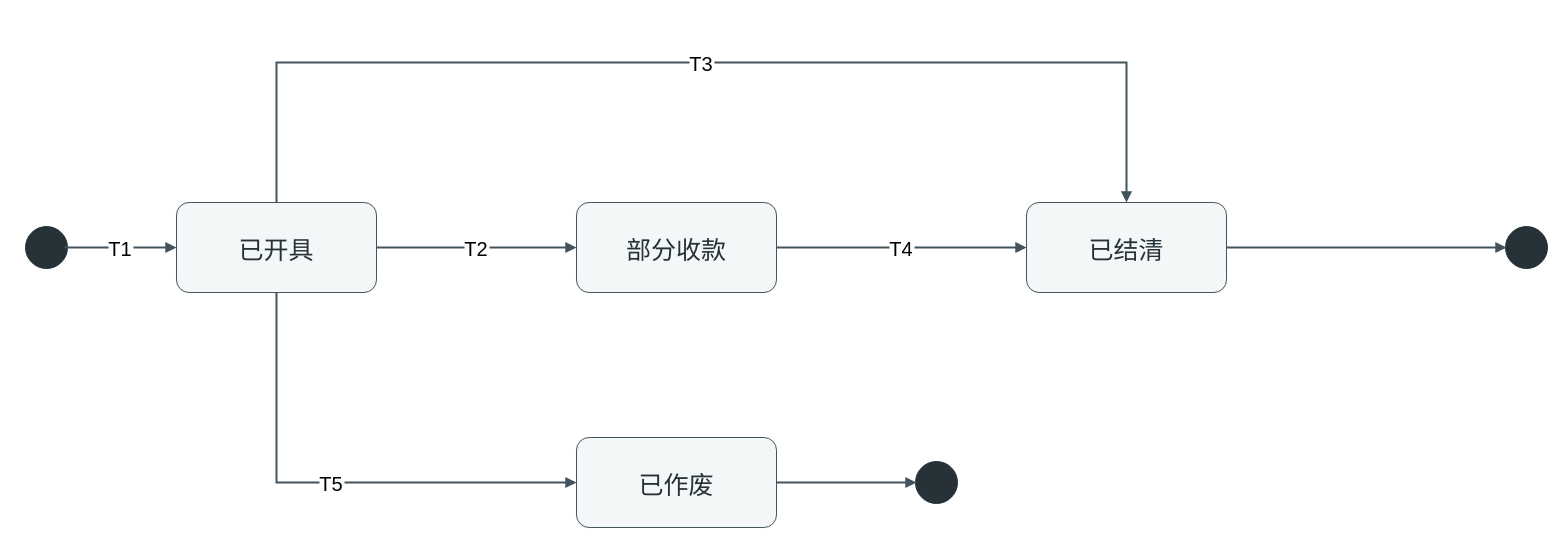
The draw.io diagram assets/uml/16_状态机_发票.drawio in zongdajiang/adc-nexus-system-analysis-design, before the edit. Source tidied: cells renumbered, new cells numbered last; positions are measured from the earlier drawing's top-left corner, leaving out a move shared by most shapes. Both pictures are drawn from the tidied source at 100%, with x=0, y=0 at pixel (25, 62).
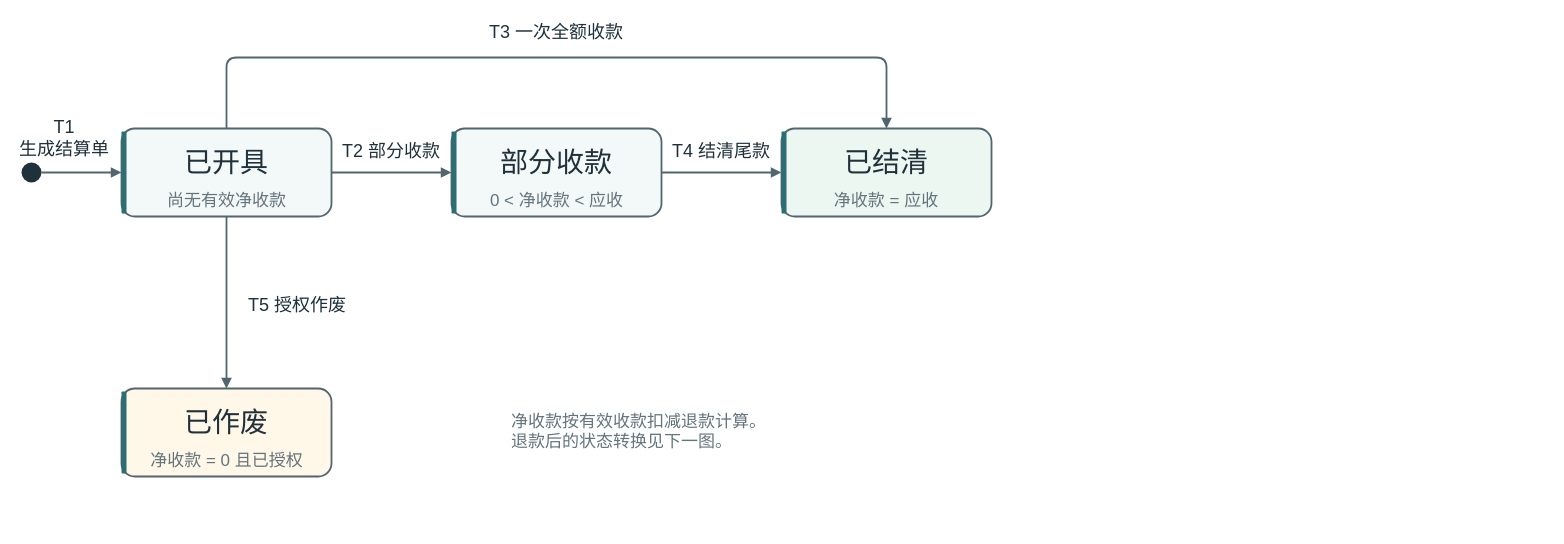
The same page after the edit.

Change to the diagram source:
```diff
@@
-    <mxCell id="2" style="ellipse;fillColor=#263238;strokeColor=#263238;" parent="1" vertex="1">
-      <mxGeometry y="164" width="42" height="42" as="geometry" />
-    </mxCell>
+    <mxCell id="16" style="html=0;ellipse;fillColor=#20313B;strokeColor=none;strokeWidth=1.8;" parent="1" vertex="1">
+      <mxGeometry x="-4" y="100" width="20" height="20" as="geometry" />
+    </mxCell>
+    <mxCell id="17" style="html=0;rounded=1;fillColor=#F3F8F8;strokeColor=#53656F;strokeWidth=1.8;" parent="1" vertex="1">
+      <mxGeometry x="96" y="66" width="210" height="88" as="geometry" />
+    </mxCell>
+    <mxCell id="18" style="html=0;rounded=1;fillColor=#2D6E73;strokeColor=none;strokeWidth=1.8;" parent="1" vertex="1">
+      <mxGeometry x="96" y="69" width="5" height="82" as="geometry" />
+    </mxCell>
-    <mxCell id="3" value="已开具" style="rounded=1;arcSize=14;fillColor=#F3F7F8;strokeColor=#43545D;fontColor=#263238;fontFamily=Microsoft YaHei;fontSize=25;" parent="1" vertex="1">
-      <mxGeometry x="151" y="140" width="200" height="90" as="geometry" />
+    <mxCell id="3" value="已开具" style="html=0;text;strokeColor=none;fillColor=none;align=center;verticalAlign=top;spacing=0;fontFamily=Microsoft YaHei;fontSize=28;fontColor=#20313B;fontStyle=0;whiteSpace=wrap;" parent="1" vertex="1">
+      <mxGeometry x="157" y="79" width="88" height="38" as="geometry" />
     </mxCell>
+    <mxCell id="19" value="尚无有效净收款" style="html=0;text;strokeColor=none;fillColor=none;align=center;verticalAlign=top;spacing=0;fontFamily=Microsoft YaHei;fontSize=17;fontColor=#64747C;fontStyle=0;whiteSpace=wrap;" parent="1" vertex="1">
+      <mxGeometry x="139.5" y="124" width="123" height="24.2" as="geometry" />
+    </mxCell>
+    <mxCell id="20" style="html=0;rounded=1;fillColor=#F3F8F8;strokeColor=#53656F;strokeWidth=1.8;" parent="1" vertex="1">
+      <mxGeometry x="426" y="66" width="210" height="88" as="geometry" />
+    </mxCell>
+    <mxCell id="21" style="html=0;rounded=1;fillColor=#2D6E73;strokeColor=none;strokeWidth=1.8;" parent="1" vertex="1">
+      <mxGeometry x="426" y="69" width="5" height="82" as="geometry" />
+    </mxCell>
-    <mxCell id="4" value="部分收款" style="rounded=1;arcSize=14;fillColor=#F3F7F8;strokeColor=#43545D;fontColor=#263238;fontFamily=Microsoft YaHei;fontSize=25;" parent="1" vertex="1">
-      <mxGeometry x="551" y="140" width="200" height="90" as="geometry" />
+    <mxCell id="4" value="部分收款" style="html=0;text;strokeColor=none;fillColor=none;align=center;verticalAlign=top;spacing=0;fontFamily=Microsoft YaHei;fontSize=28;fontColor=#20313B;fontStyle=0;whiteSpace=wrap;" parent="1" vertex="1">
+      <mxGeometry x="473" y="79" width="116" height="38" as="geometry" />
     </mxCell>
+    <mxCell id="22" value="0 &lt; 净收款 &lt; 应收" style="html=0;text;strokeColor=none;fillColor=none;align=center;verticalAlign=top;spacing=0;fontFamily=Microsoft YaHei;fontSize=17;fontColor=#64747C;fontStyle=0;whiteSpace=wrap;" parent="1" vertex="1">
+      <mxGeometry x="458.5" y="124" width="145" height="24.2" as="geometry" />
+    </mxCell>
+    <mxCell id="23" style="html=0;rounded=1;fillColor=#EDF7F1;strokeColor=#53656F;strokeWidth=1.8;" parent="1" vertex="1">
+      <mxGeometry x="756" y="66" width="210" height="88" as="geometry" />
+    </mxCell>
+    <mxCell id="24" style="html=0;rounded=1;fillColor=#2D6E73;strokeColor=none;strokeWidth=1.8;" parent="1" vertex="1">
+      <mxGeometry x="756" y="69" width="5" height="82" as="geometry" />
+    </mxCell>
-    <mxCell id="5" value="已结清" style="rounded=1;arcSize=14;fillColor=#F3F7F8;strokeColor=#43545D;fontColor=#263238;fontFamily=Microsoft YaHei;fontSize=25;" parent="1" vertex="1">
-      <mxGeometry x="1001" y="140" width="200" height="90" as="geometry" />
+    <mxCell id="5" value="已结清" style="html=0;text;strokeColor=none;fillColor=none;align=center;verticalAlign=top;spacing=0;fontFamily=Microsoft YaHei;fontSize=28;fontColor=#20313B;fontStyle=0;whiteSpace=wrap;" parent="1" vertex="1">
+      <mxGeometry x="817" y="79" width="88" height="38" as="geometry" />
     </mxCell>
+    <mxCell id="25" value="净收款 = 应收" style="html=0;text;strokeColor=none;fillColor=none;align=center;verticalAlign=top;spacing=0;fontFamily=Microsoft YaHei;fontSize=17;fontColor=#64747C;fontStyle=0;whiteSpace=wrap;" parent="1" vertex="1">
+      <mxGeometry x="805" y="124" width="112" height="24.2" as="geometry" />
+    </mxCell>
+    <mxCell id="26" style="html=0;rounded=1;fillColor=#FFF7E8;strokeColor=#53656F;strokeWidth=1.8;" parent="1" vertex="1">
+      <mxGeometry x="96" y="326" width="210" height="88" as="geometry" />
+    </mxCell>
+    <mxCell id="27" style="html=0;rounded=1;fillColor=#2D6E73;strokeColor=none;strokeWidth=1.8;" parent="1" vertex="1">
+      <mxGeometry x="96" y="329" width="5" height="82" as="geometry" />
+    </mxCell>
-    <mxCell id="6" value="已作废" style="rounded=1;arcSize=14;fillColor=#F3F7F8;strokeColor=#43545D;fontColor=#263238;fontFamily=Microsoft YaHei;fontSize=25;" parent="1" vertex="1">
-      <mxGeometry x="551" y="375" width="200" height="90" as="geometry" />
+    <mxCell id="6" value="已作废" style="html=0;text;strokeColor=none;fillColor=none;align=center;verticalAlign=top;spacing=0;fontFamily=Microsoft YaHei;fontSize=28;fontColor=#20313B;fontStyle=0;whiteSpace=wrap;" parent="1" vertex="1">
+      <mxGeometry x="157" y="339" width="88" height="38" as="geometry" />
     </mxCell>
-    <mxCell id="7" style="ellipse;shape=doubleEllipse;fillColor=#263238;strokeColor=#263238;" parent="1" vertex="1">
-      <mxGeometry x="1480" y="164" width="42" height="42" as="geometry" />
-    </mxCell>
-    <mxCell id="8" style="ellipse;shape=doubleEllipse;fillColor=#263238;strokeColor=#263238;" parent="1" vertex="1">
-      <mxGeometry x="890" y="399" width="42" height="42" as="geometry" />
-    </mxCell>
-    <mxCell id="9" value="T1" style="edgeStyle=orthogonalEdgeStyle;rounded=0;endArrow=block;endFill=1;strokeColor=#43545D;strokeWidth=2;fontSize=20;labelBackgroundColor=#FFFFFF;" parent="1" edge="1">
-      <mxGeometry relative="1" as="geometry">
-        <mxPoint x="39" y="185" as="sourcePoint" />
-        <mxPoint x="151" y="185" as="targetPoint" />
-      </mxGeometry>
-    </mxCell>
-    <mxCell id="10" value="T2" style="edgeStyle=orthogonalEdgeStyle;rounded=0;endArrow=block;endFill=1;strokeColor=#43545D;strokeWidth=2;fontSize=20;labelBackgroundColor=#FFFFFF;" parent="1" edge="1">
-      <mxGeometry relative="1" as="geometry">
-        <mxPoint x="351" y="185" as="sourcePoint" />
-        <mxPoint x="551" y="185" as="targetPoint" />
-      </mxGeometry>
-    </mxCell>
-    <mxCell id="11" value="T4" style="edgeStyle=orthogonalEdgeStyle;rounded=0;endArrow=block;endFill=1;strokeColor=#43545D;strokeWidth=2;fontSize=20;labelBackgroundColor=#FFFFFF;" parent="1" edge="1">
-      <mxGeometry relative="1" as="geometry">
-        <mxPoint x="751" y="185" as="sourcePoint" />
-        <mxPoint x="1001" y="185" as="targetPoint" />
-      </mxGeometry>
-    </mxCell>
-    <mxCell id="12" style="edgeStyle=orthogonalEdgeStyle;rounded=0;endArrow=block;endFill=1;strokeColor=#43545D;strokeWidth=2;fontSize=20;labelBackgroundColor=#FFFFFF;" parent="1" edge="1">
-      <mxGeometry relative="1" as="geometry">
-        <mxPoint x="1201" y="185" as="sourcePoint" />
-        <mxPoint x="1481" y="185" as="targetPoint" />
-      </mxGeometry>
-    </mxCell>
-    <mxCell id="13" value="T3" style="edgeStyle=orthogonalEdgeStyle;rounded=0;endArrow=block;endFill=1;strokeColor=#43545D;strokeWidth=2;fontSize=20;labelBackgroundColor=#FFFFFF;" parent="1" edge="1">
-      <mxGeometry relative="1" as="geometry">
-        <mxPoint x="251" y="140" as="sourcePoint" />
-        <mxPoint x="1101" y="140" as="targetPoint" />
-        <Array as="points">
-          <mxPoint x="251" />
-          <mxPoint x="1101" />
-        </Array>
-      </mxGeometry>
-    </mxCell>
-    <mxCell id="14" value="T5" style="edgeStyle=orthogonalEdgeStyle;rounded=0;endArrow=block;endFill=1;strokeColor=#43545D;strokeWidth=2;fontSize=20;labelBackgroundColor=#FFFFFF;" parent="1" edge="1">
-      <mxGeometry relative="1" as="geometry">
-        <mxPoint x="251" y="230" as="sourcePoint" />
-        <mxPoint x="551" y="420" as="targetPoint" />
-        <Array as="points">
-          <mxPoint x="251" y="420" />
-        </Array>
-      </mxGeometry>
-    </mxCell>
-    <mxCell id="15" style="edgeStyle=orthogonalEdgeStyle;rounded=0;endArrow=block;endFill=1;strokeColor=#43545D;strokeWidth=2;fontSize=20;labelBackgroundColor=#FFFFFF;" parent="1" edge="1">
-      <mxGeometry relative="1" as="geometry">
-        <mxPoint x="751" y="420" as="sourcePoint" />
-        <mxPoint x="891" y="420" as="targetPoint" />
-      </mxGeometry>
-    </mxCell>
+    <mxCell id="28" value="净收款 = 0 且已授权" style="html=0;text;strokeColor=none;fillColor=none;align=center;verticalAlign=top;spacing=0;fontFamily=Microsoft YaHei;fontSize=17;fontColor=#64747C;fontStyle=0;whiteSpace=wrap;" parent="1" vertex="1">
+      <mxGeometry x="120.5" y="384" width="161" height="24.2" as="geometry" />
+    </mxCell>
+    <mxCell id="29" style="html=0;endArrow=block;endFill=1;strokeColor=#53656F;strokeWidth=1.8;" parent="1" edge="1">
+      <mxGeometry relative="1" as="geometry">
+        <mxPoint x="16" y="110" as="sourcePoint" />
+        <mxPoint x="96" y="110" as="targetPoint" />
+      </mxGeometry>
+    </mxCell>
+    <mxCell id="30" value="T1&#10;生成结算单" style="html=0;text;strokeColor=none;fillColor=none;align=center;verticalAlign=top;spacing=0;fontFamily=Microsoft YaHei;fontSize=18;fontColor=#20313B;fontStyle=0;whiteSpace=wrap;" parent="1" vertex="1">
+      <mxGeometry x="-8" y="50" width="94" height="48" as="geometry" />
+    </mxCell>
+    <mxCell id="31" style="html=0;endArrow=block;endFill=1;strokeColor=#53656F;strokeWidth=1.8;" parent="1" edge="1">
+      <mxGeometry relative="1" as="geometry">
+        <mxPoint x="306" y="110" as="sourcePoint" />
+        <mxPoint x="426" y="110" as="targetPoint" />
+      </mxGeometry>
+    </mxCell>
+    <mxCell id="32" value="T2 部分收款" style="html=0;text;strokeColor=none;fillColor=none;align=center;verticalAlign=top;spacing=0;fontFamily=Microsoft YaHei;fontSize=18;fontColor=#20313B;fontStyle=0;whiteSpace=wrap;" parent="1" vertex="1">
+      <mxGeometry x="315" y="74" width="102" height="25.5" as="geometry" />
+    </mxCell>
+    <mxCell id="33" style="html=0;endArrow=block;endFill=1;strokeColor=#53656F;strokeWidth=1.8;" parent="1" edge="1">
+      <mxGeometry relative="1" as="geometry">
+        <mxPoint x="201" y="66" as="sourcePoint" />
+        <mxPoint x="861" y="66" as="targetPoint" />
+        <Array as="points">
+          <mxPoint x="201" y="-5" />
+          <mxPoint x="861" y="-5" />
+        </Array>
+      </mxGeometry>
+    </mxCell>
+    <mxCell id="34" value="T3 一次全额收款" style="html=0;text;strokeColor=none;fillColor=none;align=center;verticalAlign=top;spacing=0;fontFamily=Microsoft YaHei;fontSize=18;fontColor=#20313B;fontStyle=0;whiteSpace=wrap;" parent="1" vertex="1">
+      <mxGeometry x="462" y="-45" width="138" height="25.5" as="geometry" />
+    </mxCell>
+    <mxCell id="35" style="html=0;endArrow=block;endFill=1;strokeColor=#53656F;strokeWidth=1.8;" parent="1" edge="1">
+      <mxGeometry relative="1" as="geometry">
+        <mxPoint x="636" y="110" as="sourcePoint" />
+        <mxPoint x="756" y="110" as="targetPoint" />
+      </mxGeometry>
+    </mxCell>
+    <mxCell id="36" value="T4 结清尾款" style="html=0;text;strokeColor=none;fillColor=none;align=center;verticalAlign=top;spacing=0;fontFamily=Microsoft YaHei;fontSize=18;fontColor=#20313B;fontStyle=0;whiteSpace=wrap;" parent="1" vertex="1">
+      <mxGeometry x="645" y="74" width="102" height="25.5" as="geometry" />
+    </mxCell>
+    <mxCell id="37" style="html=0;endArrow=block;endFill=1;strokeColor=#53656F;strokeWidth=1.8;" parent="1" edge="1">
+      <mxGeometry relative="1" as="geometry">
+        <mxPoint x="201" y="154" as="sourcePoint" />
+        <mxPoint x="201" y="326" as="targetPoint" />
+      </mxGeometry>
+    </mxCell>
+    <mxCell id="38" value="T5 授权作废" style="html=0;text;strokeColor=none;fillColor=none;align=left;verticalAlign=top;spacing=0;fontFamily=Microsoft YaHei;fontSize=18;fontColor=#20313B;fontStyle=0;whiteSpace=wrap;" parent="1" vertex="1">
+      <mxGeometry x="223" y="228" width="102" height="25.5" as="geometry" />
+    </mxCell>
+    <mxCell id="39" value="净收款按有效收款扣减退款计算。&#10;退款后的状态转换见下一图。" style="html=0;text;strokeColor=none;fillColor=none;align=left;verticalAlign=top;spacing=0;fontFamily=Microsoft YaHei;fontSize=17;fontColor=#64747C;fontStyle=0;whiteSpace=wrap;" parent="1" vertex="1">
+      <mxGeometry x="486" y="345" width="259" height="45.5" as="geometry" />
+    </mxCell>
```
